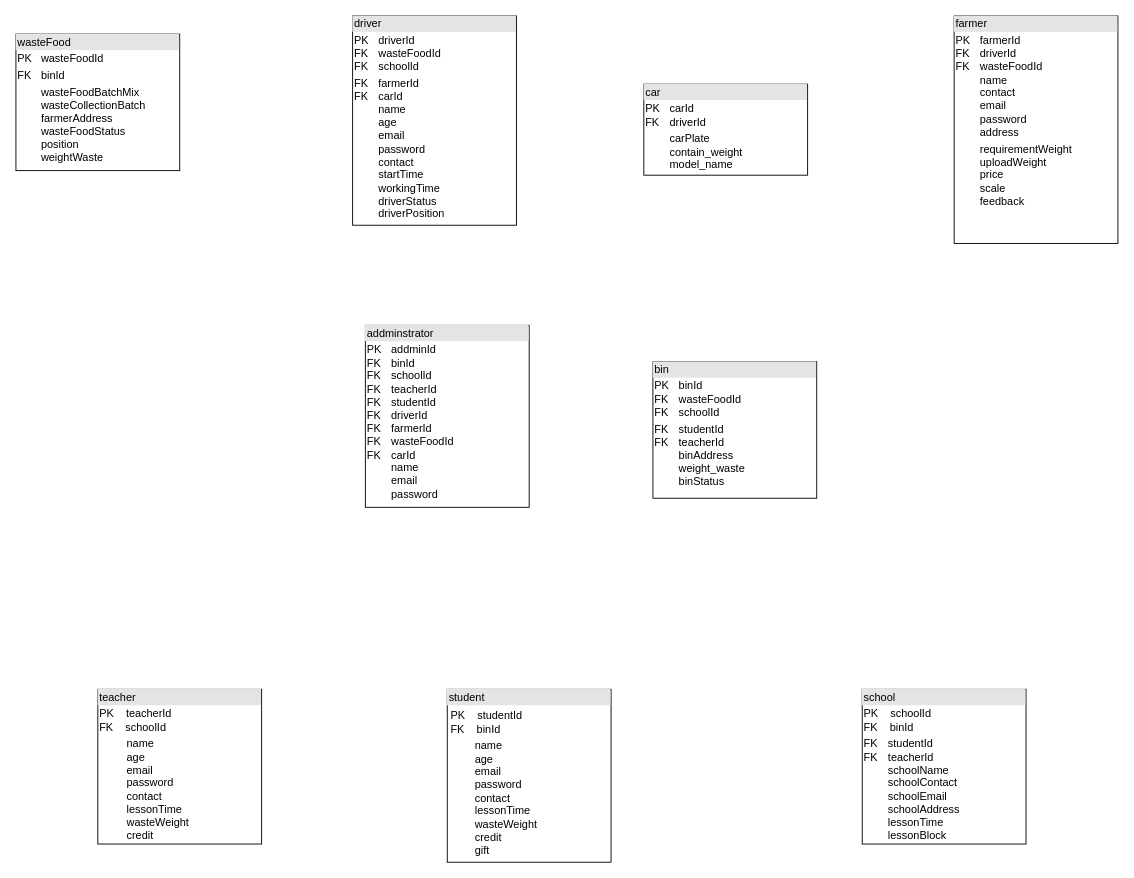
This is Entity.drawio from SL-E/business-innovation-585, a draw.io file, before an edit. Source tidied: cells renumbered, new cells numbered last; positions are measured from the earlier drawing's top-left corner, leaving out a move shared by most shapes. Both pictures are drawn from the tidied source at 91%, with x=0, y=0 at pixel (15, 15).
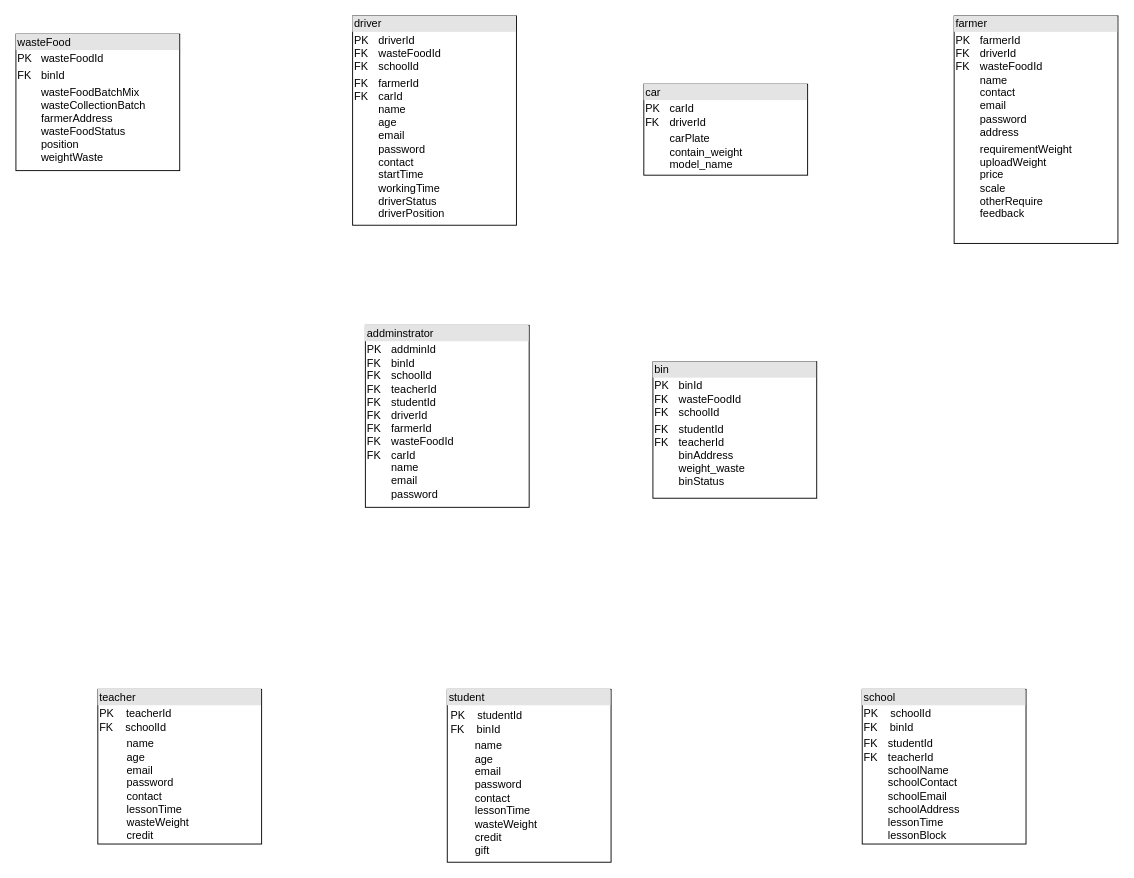
Above is the later version.

The edit, as a diff of the source:
```diff
@@
 <mxGraphModel>
   <root>
     <mxCell id="0" />
     <mxCell id="1" parent="0" />
     <mxCell id="2" value="&lt;div style=&quot;box-sizing:border-box;width:100%;background:#e4e4e4;padding:2px;&quot;&gt;&lt;font color=&quot;#000000&quot;&gt;wasteFood&lt;/font&gt;&lt;/div&gt;&lt;table style=&quot;width:100%;font-size:1em;&quot; cellpadding=&quot;2&quot; cellspacing=&quot;0&quot;&gt;&lt;tbody&gt;&lt;tr&gt;&lt;td&gt;PK&lt;/td&gt;&lt;td&gt;wasteFoodId&lt;/td&gt;&lt;/tr&gt;&lt;tr&gt;&lt;td&gt;FK&lt;/td&gt;&lt;td&gt;binId&lt;/td&gt;&lt;/tr&gt;&lt;tr&gt;&lt;td&gt;&lt;/td&gt;&lt;td&gt;wasteFoodBatchMix&lt;br&gt;wasteCollectionBatch&lt;br&gt;farmerAddress&lt;br&gt;wasteFoodStatus&lt;br&gt;position&lt;br&gt;weightWaste&lt;br&gt;&lt;br&gt;&lt;br&gt;&lt;/td&gt;&lt;/tr&gt;&lt;/tbody&gt;&lt;/table&gt;" style="verticalAlign=top;align=left;overflow=fill;html=1;whiteSpace=wrap;" parent="1" vertex="1">
       <mxGeometry y="20" width="180" height="150" as="geometry" />
     </mxCell>
     <mxCell id="3" value="&lt;div style=&quot;box-sizing:border-box;width:100%;background:#e4e4e4;padding:2px;&quot;&gt;&lt;font color=&quot;#000000&quot;&gt;bin&lt;/font&gt;&lt;/div&gt;&lt;table style=&quot;width:100%;font-size:1em;&quot; cellpadding=&quot;2&quot; cellspacing=&quot;0&quot;&gt;&lt;tbody&gt;&lt;tr&gt;&lt;td&gt;PK&lt;span style=&quot;white-space: pre;&quot;&gt;&#9;&lt;/span&gt;binId&lt;br&gt;FK&lt;span style=&quot;white-space: pre;&quot;&gt;&#9;&lt;/span&gt;wasteFoodId&lt;span style=&quot;white-space: pre;&quot;&gt;&#9;&lt;/span&gt;&lt;span style=&quot;white-space: pre;&quot;&gt;&#9;&lt;/span&gt;&lt;span style=&quot;white-space: pre;&quot;&gt;&#9;&lt;/span&gt;&lt;br&gt;FK&lt;span style=&quot;white-space: pre;&quot;&gt;&#9;&lt;/span&gt;schoolId&lt;br&gt;&lt;/td&gt;&lt;td&gt;&lt;br&gt;&lt;/td&gt;&lt;/tr&gt;&lt;tr&gt;&lt;td&gt;FK&lt;span style=&quot;white-space: pre;&quot;&gt;&#9;&lt;/span&gt;studentId&lt;br&gt;FK&lt;span style=&quot;white-space: pre;&quot;&gt;&#9;&lt;/span&gt;teacherId&lt;br&gt;&lt;span style=&quot;white-space: pre;&quot;&gt;&#9;&lt;/span&gt;binAddress&lt;br&gt;&lt;span style=&quot;white-space: pre;&quot;&gt;&#9;&lt;/span&gt;weight_waste&lt;br&gt;&lt;span style=&quot;white-space: pre;&quot;&gt;&#9;&lt;/span&gt;binStatus&lt;br&gt;&lt;/td&gt;&lt;td&gt;&lt;br&gt;&lt;/td&gt;&lt;/tr&gt;&lt;tr&gt;&lt;td&gt;&lt;br&gt;&lt;/td&gt;&lt;td&gt;&lt;br&gt;&lt;br&gt;&lt;br&gt;&lt;br&gt;&lt;br&gt;&lt;/td&gt;&lt;/tr&gt;&lt;/tbody&gt;&lt;/table&gt;" style="verticalAlign=top;align=left;overflow=fill;html=1;whiteSpace=wrap;" parent="1" vertex="1">
       <mxGeometry x="700" y="380" width="180" height="150" as="geometry" />
     </mxCell>
     <mxCell id="4" value="&lt;div style=&quot;box-sizing:border-box;width:100%;background:#e4e4e4;padding:2px;&quot;&gt;&lt;font color=&quot;#000000&quot;&gt;driver&lt;/font&gt;&lt;/div&gt;&lt;table style=&quot;width:100%;font-size:1em;&quot; cellpadding=&quot;2&quot; cellspacing=&quot;0&quot;&gt;&lt;tbody&gt;&lt;tr&gt;&lt;td&gt;PK&lt;span style=&quot;white-space: pre;&quot;&gt;&#9;&lt;/span&gt;driverId&lt;br&gt;FK&lt;span style=&quot;white-space: pre;&quot;&gt;&#9;&lt;/span&gt;wasteFoodId&lt;span style=&quot;white-space: pre;&quot;&gt;&#9;&lt;/span&gt;&lt;span style=&quot;white-space: pre;&quot;&gt;&#9;&lt;/span&gt;&lt;span style=&quot;white-space: pre;&quot;&gt;&#9;&lt;/span&gt;&lt;br&gt;FK&lt;span style=&quot;white-space: pre;&quot;&gt;&#9;&lt;/span&gt;schoolId&lt;br&gt;&lt;/td&gt;&lt;td&gt;&lt;br&gt;&lt;/td&gt;&lt;/tr&gt;&lt;tr&gt;&lt;td&gt;FK&lt;span style=&quot;white-space: pre;&quot;&gt;&#9;&lt;/span&gt;farmerId&lt;br&gt;FK&lt;span style=&quot;white-space: pre;&quot;&gt;&#9;&lt;/span&gt;carId&lt;br&gt;&lt;span style=&quot;white-space: pre;&quot;&gt;&#9;&lt;/span&gt;name&lt;br&gt;&lt;span style=&quot;white-space: pre;&quot;&gt;&#9;&lt;/span&gt;age&lt;br&gt;&lt;span style=&quot;white-space: pre;&quot;&gt;&#9;&lt;/span&gt;email&lt;br&gt;&lt;span style=&quot;white-space: pre;&quot;&gt;&#9;&lt;/span&gt;password&lt;br&gt;&lt;span style=&quot;white-space: pre;&quot;&gt;&#9;&lt;/span&gt;contact&lt;br&gt;&lt;span style=&quot;white-space: pre;&quot;&gt;&#9;&lt;/span&gt;startTime&lt;br&gt;&lt;span style=&quot;white-space: pre;&quot;&gt;&#9;&lt;/span&gt;workingTime&lt;br&gt;&lt;span style=&quot;white-space: pre;&quot;&gt;&#9;&lt;/span&gt;driverStatus&lt;br&gt;&lt;span style=&quot;white-space: pre;&quot;&gt;&#9;&lt;/span&gt;driverPosition&lt;br&gt;&lt;/td&gt;&lt;td&gt;&lt;br&gt;&lt;/td&gt;&lt;/tr&gt;&lt;tr&gt;&lt;td&gt;&lt;br&gt;&lt;/td&gt;&lt;td&gt;&lt;br&gt;&lt;br&gt;&lt;br&gt;&lt;br&gt;&lt;br&gt;&lt;/td&gt;&lt;/tr&gt;&lt;/tbody&gt;&lt;/table&gt;" style="verticalAlign=top;align=left;overflow=fill;html=1;whiteSpace=wrap;" parent="1" vertex="1">
       <mxGeometry x="370" width="180" height="230" as="geometry" />
     </mxCell>
     <mxCell id="5" value="&lt;div style=&quot;box-sizing:border-box;width:100%;background:#e4e4e4;padding:2px;&quot;&gt;&lt;font color=&quot;#000000&quot;&gt;car&lt;/font&gt;&lt;/div&gt;&lt;table style=&quot;width:100%;font-size:1em;&quot; cellpadding=&quot;2&quot; cellspacing=&quot;0&quot;&gt;&lt;tbody&gt;&lt;tr&gt;&lt;td&gt;PK&lt;span style=&quot;white-space: pre;&quot;&gt;&#9;&lt;/span&gt;carId&lt;br&gt;FK&lt;span style=&quot;white-space: pre;&quot;&gt;&#9;&lt;/span&gt;driverId&lt;span style=&quot;white-space: pre;&quot;&gt;&#9;&lt;/span&gt;&lt;span style=&quot;white-space: pre;&quot;&gt;&#9;&lt;/span&gt;&lt;span style=&quot;white-space: pre;&quot;&gt;&#9;&lt;/span&gt;&lt;br&gt;&lt;/td&gt;&lt;td&gt;&lt;/td&gt;&lt;/tr&gt;&lt;tr&gt;&lt;td&gt;&lt;span style=&quot;white-space: pre;&quot;&gt;&#9;&lt;/span&gt;carPlate&lt;br&gt;&lt;span style=&quot;white-space: pre;&quot;&gt;&#9;&lt;/span&gt;contain_weight&lt;br&gt;&lt;span style=&quot;white-space: pre;&quot;&gt;&#9;&lt;/span&gt;model_name&lt;br&gt;&lt;/td&gt;&lt;td&gt;&lt;br&gt;&lt;/td&gt;&lt;/tr&gt;&lt;tr&gt;&lt;td&gt;&lt;br&gt;&lt;/td&gt;&lt;td&gt;&lt;br&gt;&lt;br&gt;&lt;br&gt;&lt;br&gt;&lt;br&gt;&lt;/td&gt;&lt;/tr&gt;&lt;/tbody&gt;&lt;/table&gt;" style="verticalAlign=top;align=left;overflow=fill;html=1;whiteSpace=wrap;" parent="1" vertex="1">
       <mxGeometry x="690" y="75" width="180" height="100" as="geometry" />
     </mxCell>
     <mxCell id="6" value="&lt;div style=&quot;box-sizing:border-box;width:100%;background:#e4e4e4;padding:2px;&quot;&gt;&lt;font color=&quot;#000000&quot;&gt;teacher&lt;/font&gt;&lt;/div&gt;&lt;table style=&quot;width:100%;font-size:1em;&quot; cellpadding=&quot;2&quot; cellspacing=&quot;0&quot;&gt;&lt;tbody&gt;&lt;tr&gt;&lt;td&gt;PK&lt;span style=&quot;&quot;&gt;&lt;span style=&quot;white-space: pre;&quot;&gt;&amp;nbsp;&amp;nbsp;&amp;nbsp;&amp;nbsp;&lt;/span&gt;&lt;/span&gt;teacherId&lt;br&gt;FK&lt;span style=&quot;&quot;&gt;&lt;span style=&quot;white-space: pre;&quot;&gt;&amp;nbsp;&amp;nbsp;&amp;nbsp;&amp;nbsp;&lt;/span&gt;&lt;/span&gt;schoolId&lt;span style=&quot;&quot;&gt;&lt;span style=&quot;white-space: pre;&quot;&gt;&amp;nbsp;&amp;nbsp;&amp;nbsp;&amp;nbsp;&lt;/span&gt;&lt;/span&gt;&lt;span style=&quot;&quot;&gt;&lt;span style=&quot;white-space: pre;&quot;&gt;&amp;nbsp;&amp;nbsp;&amp;nbsp;&amp;nbsp;&lt;/span&gt;&lt;/span&gt;&lt;span style=&quot;&quot;&gt;&lt;span style=&quot;white-space: pre;&quot;&gt;&amp;nbsp;&amp;nbsp;&amp;nbsp;&amp;nbsp;&lt;/span&gt;&lt;/span&gt;&lt;br&gt;&lt;/td&gt;&lt;td&gt;&lt;br&gt;&lt;/td&gt;&lt;/tr&gt;&lt;tr&gt;&lt;td&gt;&lt;span style=&quot;&quot;&gt;&lt;span style=&quot;white-space: pre;&quot;&gt;&amp;nbsp;&amp;nbsp;&amp;nbsp;&amp;nbsp;&lt;span style=&quot;white-space: pre;&quot;&gt;&#9;&lt;/span&gt; n&lt;/span&gt;&lt;/span&gt;ame&lt;br&gt;&lt;span style=&quot;&quot;&gt;&lt;span style=&quot;white-space: pre;&quot;&gt;&amp;nbsp;&amp;nbsp;&amp;nbsp;&amp;nbsp;&lt;span style=&quot;white-space: pre;&quot;&gt;&#9;&lt;/span&gt; &lt;/span&gt;&lt;/span&gt;age&lt;br&gt;&lt;span style=&quot;&quot;&gt;&lt;span style=&quot;white-space: pre;&quot;&gt;&amp;nbsp;&amp;nbsp;&amp;nbsp;&amp;nbsp;&lt;span style=&quot;white-space: pre;&quot;&gt;&#9;&lt;/span&gt; &lt;/span&gt;&lt;/span&gt;email&lt;br&gt;&lt;span style=&quot;&quot;&gt;&lt;span style=&quot;white-space: pre;&quot;&gt;&amp;nbsp;&amp;nbsp;&amp;nbsp;&amp;nbsp;&lt;span style=&quot;white-space: pre;&quot;&gt;&#9;&lt;/span&gt; &lt;/span&gt;&lt;/span&gt;password&lt;br&gt;&lt;span style=&quot;&quot;&gt;&lt;span style=&quot;white-space: pre;&quot;&gt;&amp;nbsp;&amp;nbsp;&amp;nbsp;&amp;nbsp;&lt;span style=&quot;white-space: pre;&quot;&gt;&#9;&lt;/span&gt; &lt;/span&gt;&lt;/span&gt;contact&lt;br&gt;&lt;span style=&quot;&quot;&gt;&lt;span style=&quot;white-space: pre;&quot;&gt;&amp;nbsp;&amp;nbsp;&amp;nbsp;&amp;nbsp;&lt;span style=&quot;white-space: pre;&quot;&gt;&#9;&lt;/span&gt; &lt;/span&gt;&lt;/span&gt;lessonTime&lt;br&gt;&lt;span style=&quot;&quot;&gt;&lt;span style=&quot;white-space: pre;&quot;&gt;&amp;nbsp;&amp;nbsp;&amp;nbsp;&amp;nbsp;&lt;span style=&quot;white-space: pre;&quot;&gt;&#9;&lt;/span&gt; &lt;/span&gt;&lt;/span&gt;wasteWeight&lt;br&gt;&lt;span style=&quot;&quot;&gt;&lt;span style=&quot;white-space: pre;&quot;&gt;&amp;nbsp;&amp;nbsp;&amp;nbsp;&amp;nbsp;&lt;span style=&quot;white-space: pre;&quot;&gt;&#9;&lt;/span&gt; &lt;/span&gt;&lt;/span&gt;credit&lt;br&gt;&lt;br&gt;&lt;br&gt;&lt;/td&gt;&lt;td&gt;&lt;br&gt;&lt;/td&gt;&lt;/tr&gt;&lt;tr&gt;&lt;td&gt;&lt;br&gt;&lt;/td&gt;&lt;td&gt;&lt;br&gt;&lt;br&gt;&lt;br&gt;&lt;br&gt;&lt;br&gt;&lt;/td&gt;&lt;/tr&gt;&lt;/tbody&gt;&lt;/table&gt;" style="verticalAlign=top;align=left;overflow=fill;html=1;whiteSpace=wrap;" parent="1" vertex="1">
       <mxGeometry x="90" y="740" width="180" height="170" as="geometry" />
     </mxCell>
     <mxCell id="7" value="&lt;div style=&quot;box-sizing:border-box;width:100%;background:#e4e4e4;padding:2px;&quot;&gt;&lt;font color=&quot;#000000&quot;&gt;student&lt;/font&gt;&lt;/div&gt;&lt;table style=&quot;width:100%;font-size:1em;&quot; cellpadding=&quot;2&quot; cellspacing=&quot;0&quot;&gt;&lt;tbody&gt;&lt;tr&gt;&lt;td&gt;&lt;table style=&quot;border-color: var(--border-color); font-size: 1em; background-color: initial; width: 176px;&quot; cellpadding=&quot;2&quot; cellspacing=&quot;0&quot;&gt;&lt;tbody style=&quot;border-color: var(--border-color);&quot;&gt;&lt;tr style=&quot;border-color: var(--border-color);&quot;&gt;&lt;td style=&quot;border-color: var(--border-color);&quot;&gt;PK&lt;span style=&quot;white-space: pre;&quot;&gt;&amp;nbsp;&amp;nbsp;&amp;nbsp;&amp;nbsp;&lt;/span&gt;studentId&lt;br style=&quot;border-color: var(--border-color);&quot;&gt;FK&lt;span style=&quot;border-color: var(--border-color);&quot;&gt;&lt;span style=&quot;white-space: pre;&quot;&gt;&amp;nbsp;&amp;nbsp;&amp;nbsp;&amp;nbsp;&lt;/span&gt;&lt;/span&gt;binId&lt;span style=&quot;border-color: var(--border-color);&quot;&gt;&lt;span style=&quot;white-space: pre;&quot;&gt;&amp;nbsp;&amp;nbsp;&amp;nbsp;&amp;nbsp;&lt;/span&gt;&lt;/span&gt;&lt;span style=&quot;border-color: var(--border-color);&quot;&gt;&lt;span style=&quot;white-space: pre;&quot;&gt;&amp;nbsp;&amp;nbsp;&amp;nbsp;&amp;nbsp;&lt;/span&gt;&lt;/span&gt;&lt;span style=&quot;border-color: var(--border-color);&quot;&gt;&lt;span style=&quot;white-space: pre;&quot;&gt;&amp;nbsp;&amp;nbsp;&amp;nbsp;&amp;nbsp;&lt;/span&gt;&lt;/span&gt;&lt;br style=&quot;border-color: var(--border-color);&quot;&gt;&lt;/td&gt;&lt;td style=&quot;border-color: var(--border-color);&quot;&gt;&lt;br style=&quot;border-color: var(--border-color);&quot;&gt;&lt;/td&gt;&lt;/tr&gt;&lt;tr style=&quot;border-color: var(--border-color);&quot;&gt;&lt;td style=&quot;border-color: var(--border-color);&quot;&gt;&lt;span style=&quot;border-color: var(--border-color);&quot;&gt;&lt;span style=&quot;white-space: pre;&quot;&gt;&amp;nbsp;&amp;nbsp;&amp;nbsp;&amp;nbsp;&lt;span style=&quot;white-space: pre;&quot;&gt;&#9;&lt;/span&gt;&lt;/span&gt;&lt;/span&gt;name&lt;br style=&quot;border-color: var(--border-color);&quot;&gt;&lt;span style=&quot;border-color: var(--border-color);&quot;&gt;&lt;span style=&quot;white-space: pre;&quot;&gt;&amp;nbsp;&amp;nbsp;&amp;nbsp;&amp;nbsp;&lt;span style=&quot;white-space: pre;&quot;&gt;&#9;&lt;/span&gt;&lt;/span&gt;&lt;/span&gt;age&lt;br style=&quot;border-color: var(--border-color);&quot;&gt;&lt;span style=&quot;border-color: var(--border-color);&quot;&gt;&lt;span style=&quot;white-space: pre;&quot;&gt;&amp;nbsp;&amp;nbsp;&amp;nbsp;&amp;nbsp;&lt;span style=&quot;white-space: pre;&quot;&gt;&#9;&lt;/span&gt;&lt;/span&gt;&lt;/span&gt;email&lt;br style=&quot;border-color: var(--border-color);&quot;&gt;&lt;span style=&quot;border-color: var(--border-color);&quot;&gt;&lt;span style=&quot;white-space: pre;&quot;&gt;&amp;nbsp;&amp;nbsp;&amp;nbsp;&amp;nbsp;&lt;span style=&quot;white-space: pre;&quot;&gt;&#9;&lt;/span&gt;&lt;/span&gt;&lt;/span&gt;password&lt;br style=&quot;border-color: var(--border-color);&quot;&gt;&lt;span style=&quot;border-color: var(--border-color);&quot;&gt;&lt;span style=&quot;white-space: pre;&quot;&gt;&amp;nbsp;&amp;nbsp;&amp;nbsp;&amp;nbsp;&lt;span style=&quot;white-space: pre;&quot;&gt;&#9;&lt;/span&gt;&lt;/span&gt;&lt;/span&gt;contact&lt;br style=&quot;border-color: var(--border-color);&quot;&gt;&lt;span style=&quot;border-color: var(--border-color);&quot;&gt;&lt;span style=&quot;white-space: pre;&quot;&gt;&amp;nbsp;&amp;nbsp;&amp;nbsp;&amp;nbsp;&lt;span style=&quot;white-space: pre;&quot;&gt;&#9;&lt;/span&gt;&lt;/span&gt;&lt;/span&gt;lessonTime&lt;br style=&quot;border-color: var(--border-color);&quot;&gt;&lt;span style=&quot;border-color: var(--border-color);&quot;&gt;&lt;span style=&quot;white-space: pre;&quot;&gt;&amp;nbsp;&amp;nbsp;&amp;nbsp;&amp;nbsp;&lt;span style=&quot;white-space: pre;&quot;&gt;&#9;&lt;/span&gt;&lt;/span&gt;&lt;/span&gt;wasteWeight&lt;br style=&quot;border-color: var(--border-color);&quot;&gt;&lt;span style=&quot;border-color: var(--border-color);&quot;&gt;&lt;span style=&quot;white-space: pre;&quot;&gt;&amp;nbsp;&amp;nbsp;&amp;nbsp;&amp;nbsp;&lt;span style=&quot;white-space: pre;&quot;&gt;&#9;&lt;/span&gt;&lt;/span&gt;&lt;/span&gt;credit&lt;br style=&quot;border-color: var(--border-color);&quot;&gt;&lt;span style=&quot;border-color: var(--border-color);&quot;&gt;&lt;span style=&quot;white-space: pre;&quot;&gt;&amp;nbsp;&amp;nbsp;&amp;nbsp;&amp;nbsp;&lt;span style=&quot;white-space: pre;&quot;&gt;&#9;&lt;/span&gt;&lt;/span&gt;&lt;/span&gt;gift&lt;/td&gt;&lt;/tr&gt;&lt;/tbody&gt;&lt;/table&gt;&lt;/td&gt;&lt;td&gt;&lt;br&gt;&lt;/td&gt;&lt;/tr&gt;&lt;tr&gt;&lt;td&gt;&lt;br&gt;&lt;/td&gt;&lt;td&gt;&lt;br&gt;&lt;br&gt;&lt;br&gt;&lt;br&gt;&lt;br&gt;&lt;/td&gt;&lt;/tr&gt;&lt;/tbody&gt;&lt;/table&gt;" style="verticalAlign=top;align=left;overflow=fill;html=1;whiteSpace=wrap;" parent="1" vertex="1">
       <mxGeometry x="474" y="740" width="180" height="190" as="geometry" />
     </mxCell>
     <mxCell id="8" value="&lt;div style=&quot;box-sizing:border-box;width:100%;background:#e4e4e4;padding:2px;&quot;&gt;&lt;font color=&quot;#000000&quot;&gt;school&lt;/font&gt;&lt;/div&gt;&lt;table style=&quot;width:100%;font-size:1em;&quot; cellpadding=&quot;2&quot; cellspacing=&quot;0&quot;&gt;&lt;tbody&gt;&lt;tr&gt;&lt;td&gt;PK&lt;span style=&quot;&quot;&gt;&lt;span style=&quot;white-space: pre;&quot;&gt;&amp;nbsp;&amp;nbsp;&amp;nbsp;&amp;nbsp;school&lt;/span&gt;&lt;/span&gt;Id&lt;br&gt;FK&lt;span style=&quot;&quot;&gt;&lt;span style=&quot;white-space: pre;&quot;&gt;&amp;nbsp;&amp;nbsp;&amp;nbsp;&amp;nbsp;bin&lt;/span&gt;&lt;/span&gt;Id&lt;span style=&quot;&quot;&gt;&lt;span style=&quot;white-space: pre;&quot;&gt;&amp;nbsp;&amp;nbsp;&amp;nbsp;&amp;nbsp;&lt;/span&gt;&lt;/span&gt;&lt;span style=&quot;&quot;&gt;&lt;span style=&quot;white-space: pre;&quot;&gt;&amp;nbsp;&amp;nbsp;&amp;nbsp;&amp;nbsp;&lt;/span&gt;&lt;/span&gt;&lt;span style=&quot;&quot;&gt;&lt;span style=&quot;white-space: pre;&quot;&gt;&amp;nbsp;&amp;nbsp;&amp;nbsp;&amp;nbsp;&lt;/span&gt;&lt;/span&gt;&lt;br&gt;&lt;/td&gt;&lt;td&gt;&lt;br&gt;&lt;/td&gt;&lt;/tr&gt;&lt;tr&gt;&lt;td&gt;FK&lt;span style=&quot;white-space: pre;&quot;&gt;&#9;&lt;/span&gt;studentId&lt;br&gt;FK&lt;span style=&quot;white-space: pre;&quot;&gt;&#9;&lt;/span&gt;teacherId&lt;br&gt;&lt;span style=&quot;white-space: pre;&quot;&gt;&#9;&lt;/span&gt;schoolName&lt;br&gt;&lt;span style=&quot;white-space: pre;&quot;&gt;&#9;&lt;/span&gt;schoolContact&lt;br&gt;&lt;span style=&quot;&quot;&gt;&lt;span style=&quot;white-space: pre;&quot;&gt;&amp;nbsp;&amp;nbsp;&amp;nbsp;&amp;nbsp;&lt;span style=&quot;white-space: pre;&quot;&gt;&#9;&lt;/span&gt;schoolE&lt;/span&gt;&lt;/span&gt;mail&lt;br&gt;&lt;span style=&quot;&quot;&gt;&lt;span style=&quot;white-space: pre;&quot;&gt;&amp;nbsp;&amp;nbsp;&amp;nbsp;&amp;nbsp;&lt;span style=&quot;white-space: pre;&quot;&gt;&#9;&lt;/span&gt;schoolAddress&lt;/span&gt;&lt;/span&gt;&lt;br&gt;&lt;span style=&quot;&quot;&gt;&lt;span style=&quot;white-space: pre;&quot;&gt;&amp;nbsp;&amp;nbsp;&amp;nbsp;&amp;nbsp;&lt;span style=&quot;white-space: pre;&quot;&gt;&#9;&lt;/span&gt;lessonTime&lt;br&gt;&lt;/span&gt;&lt;/span&gt;&lt;span style=&quot;white-space: pre;&quot;&gt;&#9;&lt;/span&gt;lessonBlock&lt;br&gt;&lt;br&gt;&lt;br&gt;&lt;/td&gt;&lt;td&gt;&lt;br&gt;&lt;/td&gt;&lt;/tr&gt;&lt;tr&gt;&lt;td&gt;&lt;br&gt;&lt;/td&gt;&lt;td&gt;&lt;br&gt;&lt;br&gt;&lt;br&gt;&lt;br&gt;&lt;br&gt;&lt;/td&gt;&lt;/tr&gt;&lt;/tbody&gt;&lt;/table&gt;" style="verticalAlign=top;align=left;overflow=fill;html=1;whiteSpace=wrap;" parent="1" vertex="1">
       <mxGeometry x="930" y="740" width="180" height="170" as="geometry" />
     </mxCell>
-    <mxCell id="9" value="&lt;div style=&quot;box-sizing:border-box;width:100%;background:#e4e4e4;padding:2px;&quot;&gt;&lt;font color=&quot;#000000&quot;&gt;farmer&lt;/font&gt;&lt;/div&gt;&lt;table style=&quot;width:100%;font-size:1em;&quot; cellpadding=&quot;2&quot; cellspacing=&quot;0&quot;&gt;&lt;tbody&gt;&lt;tr&gt;&lt;td&gt;PK&lt;span style=&quot;white-space: pre;&quot;&gt;&#9;&lt;/span&gt;farmerId&lt;br&gt;FK&lt;span style=&quot;white-space: pre;&quot;&gt;&#9;&lt;/span&gt;driverId&lt;span style=&quot;white-space: pre;&quot;&gt;&#9;&lt;/span&gt;&lt;span style=&quot;white-space: pre;&quot;&gt;&#9;&lt;/span&gt;&lt;br&gt;FK&lt;span style=&quot;white-space: pre;&quot;&gt;&#9;&lt;/span&gt;wasteFoodId&lt;br&gt;&lt;span style=&quot;white-space: pre;&quot;&gt;&#9;&lt;/span&gt;name&lt;br&gt;&lt;span style=&quot;white-space: pre;&quot;&gt;&#9;&lt;/span&gt;contact&lt;br&gt;&lt;span style=&quot;white-space: pre;&quot;&gt;&#9;&lt;/span&gt;email&lt;br&gt;&lt;span style=&quot;white-space: pre;&quot;&gt;&#9;&lt;/span&gt;password&lt;br&gt;&lt;span style=&quot;white-space: pre;&quot;&gt;&#9;&lt;/span&gt;address&lt;br&gt;&lt;/td&gt;&lt;td&gt;&lt;br&gt;&lt;/td&gt;&lt;/tr&gt;&lt;tr&gt;&lt;td&gt;&lt;span style=&quot;white-space: pre;&quot;&gt;&#9;&lt;/span&gt;requirementWeight&lt;br&gt;&lt;span style=&quot;white-space: pre;&quot;&gt;&#9;&lt;/span&gt;uploadWeight&lt;br&gt;&lt;span style=&quot;white-space: pre;&quot;&gt;&#9;&lt;/span&gt;price&lt;br&gt;&lt;span style=&quot;white-space: pre;&quot;&gt;&#9;&lt;/span&gt;scale&lt;br&gt;&lt;span style=&quot;white-space: pre;&quot;&gt;&#9;&lt;/span&gt;feedback&lt;br&gt;&lt;span style=&quot;white-space: pre;&quot;&gt;&#9;&lt;/span&gt;&lt;br&gt;&lt;/td&gt;&lt;td&gt;&lt;br&gt;&lt;/td&gt;&lt;/tr&gt;&lt;tr&gt;&lt;td&gt;&lt;br&gt;&lt;/td&gt;&lt;td&gt;&lt;br&gt;&lt;br&gt;&lt;br&gt;&lt;br&gt;&lt;br&gt;&lt;/td&gt;&lt;/tr&gt;&lt;/tbody&gt;&lt;/table&gt;" style="verticalAlign=top;align=left;overflow=fill;html=1;whiteSpace=wrap;" parent="1" vertex="1">
+    <mxCell id="9" value="&lt;div style=&quot;box-sizing:border-box;width:100%;background:#e4e4e4;padding:2px;&quot;&gt;&lt;font color=&quot;#000000&quot;&gt;farmer&lt;/font&gt;&lt;/div&gt;&lt;table style=&quot;width:100%;font-size:1em;&quot; cellpadding=&quot;2&quot; cellspacing=&quot;0&quot;&gt;&lt;tbody&gt;&lt;tr&gt;&lt;td&gt;PK&lt;span style=&quot;white-space: pre;&quot;&gt;&#9;&lt;/span&gt;farmerId&lt;br&gt;FK&lt;span style=&quot;white-space: pre;&quot;&gt;&#9;&lt;/span&gt;driverId&lt;span style=&quot;white-space: pre;&quot;&gt;&#9;&lt;/span&gt;&lt;span style=&quot;white-space: pre;&quot;&gt;&#9;&lt;/span&gt;&lt;br&gt;FK&lt;span style=&quot;white-space: pre;&quot;&gt;&#9;&lt;/span&gt;wasteFoodId&lt;br&gt;&lt;span style=&quot;white-space: pre;&quot;&gt;&#9;&lt;/span&gt;name&lt;br&gt;&lt;span style=&quot;white-space: pre;&quot;&gt;&#9;&lt;/span&gt;contact&lt;br&gt;&lt;span style=&quot;white-space: pre;&quot;&gt;&#9;&lt;/span&gt;email&lt;br&gt;&lt;span style=&quot;white-space: pre;&quot;&gt;&#9;&lt;/span&gt;password&lt;br&gt;&lt;span style=&quot;white-space: pre;&quot;&gt;&#9;&lt;/span&gt;address&lt;br&gt;&lt;/td&gt;&lt;td&gt;&lt;br&gt;&lt;/td&gt;&lt;/tr&gt;&lt;tr&gt;&lt;td&gt;&lt;span style=&quot;white-space: pre;&quot;&gt;&#9;&lt;/span&gt;requirementWeight&lt;br&gt;&lt;span style=&quot;white-space: pre;&quot;&gt;&#9;&lt;/span&gt;uploadWeight&lt;br&gt;&lt;span style=&quot;white-space: pre;&quot;&gt;&#9;&lt;/span&gt;price&lt;br&gt;&lt;span style=&quot;white-space: pre;&quot;&gt;&#9;&lt;/span&gt;scale&lt;br&gt;&lt;span style=&quot;white-space: pre;&quot;&gt;&#9;&lt;/span&gt;otherRequire&lt;br&gt;&lt;span style=&quot;white-space: pre;&quot;&gt;&#9;&lt;/span&gt;feedback&lt;br&gt;&lt;span style=&quot;white-space: pre;&quot;&gt;&#9;&lt;/span&gt;&lt;br&gt;&lt;/td&gt;&lt;td&gt;&lt;br&gt;&lt;/td&gt;&lt;/tr&gt;&lt;tr&gt;&lt;td&gt;&lt;br&gt;&lt;/td&gt;&lt;td&gt;&lt;br&gt;&lt;br&gt;&lt;br&gt;&lt;br&gt;&lt;br&gt;&lt;/td&gt;&lt;/tr&gt;&lt;/tbody&gt;&lt;/table&gt;" style="verticalAlign=top;align=left;overflow=fill;html=1;whiteSpace=wrap;" parent="1" vertex="1">
       <mxGeometry x="1031" width="180" height="250" as="geometry" />
     </mxCell>
     <mxCell id="10" value="&lt;div style=&quot;box-sizing:border-box;width:100%;background:#e4e4e4;padding:2px;&quot;&gt;&lt;font color=&quot;#000000&quot;&gt;addminstrator&lt;/font&gt;&lt;/div&gt;&lt;table style=&quot;width:100%;font-size:1em;&quot; cellpadding=&quot;2&quot; cellspacing=&quot;0&quot;&gt;&lt;tbody&gt;&lt;tr&gt;&lt;td&gt;PK&lt;span style=&quot;white-space: pre;&quot;&gt;&#9;&lt;/span&gt;addminId&lt;br&gt;FK&lt;span style=&quot;white-space: pre;&quot;&gt;&#9;&lt;/span&gt;binId&lt;span style=&quot;white-space: pre;&quot;&gt;&#9;&lt;/span&gt;&lt;span style=&quot;white-space: pre;&quot;&gt;&#9;&lt;/span&gt;&lt;br&gt;FK&lt;span style=&quot;white-space: pre;&quot;&gt;&#9;&lt;/span&gt;schoolId&lt;br&gt;FK&lt;span style=&quot;white-space: pre;&quot;&gt;&#9;&lt;/span&gt;teacherId&lt;br&gt;FK&lt;span style=&quot;white-space: pre;&quot;&gt;&#9;&lt;/span&gt;studentId&lt;br&gt;FK&lt;span style=&quot;white-space: pre;&quot;&gt;&#9;&lt;/span&gt;driverId&lt;br&gt;FK&lt;span style=&quot;white-space: pre;&quot;&gt;&#9;&lt;/span&gt;farmerId&lt;br&gt;FK&lt;span style=&quot;white-space: pre;&quot;&gt;&#9;&lt;/span&gt;wasteFoodId&lt;br&gt;FK&lt;span style=&quot;white-space: pre;&quot;&gt;&#9;&lt;/span&gt;carId&lt;br&gt;&lt;span style=&quot;white-space: pre;&quot;&gt;&#9;&lt;/span&gt;name&lt;br&gt;&lt;span style=&quot;white-space: pre;&quot;&gt;&#9;&lt;/span&gt;email&lt;br&gt;&lt;span style=&quot;white-space: pre;&quot;&gt;&#9;&lt;/span&gt;password&lt;br&gt;&lt;/td&gt;&lt;td&gt;&lt;br&gt;&lt;/td&gt;&lt;/tr&gt;&lt;tr&gt;&lt;td&gt;&lt;br&gt;&lt;span style=&quot;white-space: pre;&quot;&gt;&#9;&lt;/span&gt;&lt;br&gt;&lt;/td&gt;&lt;td&gt;&lt;br&gt;&lt;/td&gt;&lt;/tr&gt;&lt;tr&gt;&lt;td&gt;&lt;br&gt;&lt;/td&gt;&lt;td&gt;&lt;br&gt;&lt;br&gt;&lt;br&gt;&lt;br&gt;&lt;br&gt;&lt;/td&gt;&lt;/tr&gt;&lt;/tbody&gt;&lt;/table&gt;" style="verticalAlign=top;align=left;overflow=fill;html=1;whiteSpace=wrap;" parent="1" vertex="1">
       <mxGeometry x="384" y="340" width="180" height="200" as="geometry" />
     </mxCell>
   </root>
 </mxGraphModel>
```
